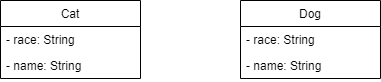
Earlier version of the draw.io export Uppgift2/uppgift2_1/UML_uppgift2_1.png (JonathanLennartson/jonathan_lennartson). Source tidied: cells renumbered, new cells last; positions are measured from the earlier drawing's top-left corner, leaving out a move shared by most shapes. Its diagram source:
```xml
<mxGraphModel>
  <root>
    <mxCell id="0" />
    <mxCell id="1" parent="0" />
    <mxCell id="2" value="Cat" style="swimlane;fontStyle=0;horizontal=1;startSize=26;fillColor=none;" parent="1" vertex="1">
      <mxGeometry width="140" height="78" as="geometry" />
    </mxCell>
    <mxCell id="3" value="- race: String" style="text;strokeColor=none;fillColor=none;align=left;verticalAlign=top;spacingLeft=4;spacingRight=4;overflow=hidden;" parent="2" vertex="1">
      <mxGeometry y="26" width="140" height="26" as="geometry" />
    </mxCell>
    <mxCell id="4" value="- name: String" style="text;strokeColor=none;fillColor=none;align=left;verticalAlign=top;spacingLeft=4;spacingRight=4;overflow=hidden;" parent="2" vertex="1">
      <mxGeometry y="52" width="140" height="26" as="geometry" />
    </mxCell>
    <mxCell id="5" value="Dog" style="swimlane;fontStyle=0;horizontal=1;startSize=26;fillColor=none;" parent="1" vertex="1">
      <mxGeometry x="240" width="140" height="78" as="geometry" />
    </mxCell>
    <mxCell id="6" value="- race: String" style="text;strokeColor=none;fillColor=none;align=left;verticalAlign=top;spacingLeft=4;spacingRight=4;overflow=hidden;" parent="5" vertex="1">
      <mxGeometry y="26" width="140" height="26" as="geometry" />
    </mxCell>
    <mxCell id="7" value="- name: String" style="text;strokeColor=none;fillColor=none;align=left;verticalAlign=top;spacingLeft=4;spacingRight=4;overflow=hidden;" parent="5" vertex="1">
      <mxGeometry y="52" width="140" height="26" as="geometry" />
    </mxCell>
  </root>
</mxGraphModel>
```
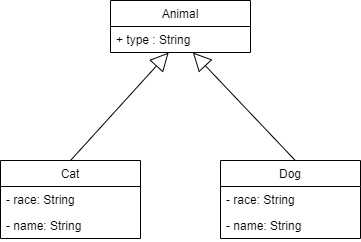
After the change.

The edit, as a diff of the source:
```diff
@@ -3,7 +3,7 @@
     <mxCell id="0" />
     <mxCell id="1" parent="0" />
     <mxCell id="2" value="Cat" style="swimlane;fontStyle=0;horizontal=1;startSize=26;fillColor=none;" parent="1" vertex="1">
-      <mxGeometry width="140" height="78" as="geometry" />
+      <mxGeometry x="30" y="170" width="140" height="78" as="geometry" />
     </mxCell>
     <mxCell id="3" value="- race: String" style="text;strokeColor=none;fillColor=none;align=left;verticalAlign=top;spacingLeft=4;spacingRight=4;overflow=hidden;" parent="2" vertex="1">
       <mxGeometry y="26" width="140" height="26" as="geometry" />
@@ -12,7 +12,7 @@
       <mxGeometry y="52" width="140" height="26" as="geometry" />
     </mxCell>
     <mxCell id="5" value="Dog" style="swimlane;fontStyle=0;horizontal=1;startSize=26;fillColor=none;" parent="1" vertex="1">
-      <mxGeometry x="240" width="140" height="78" as="geometry" />
+      <mxGeometry x="250" y="170" width="140" height="78" as="geometry" />
     </mxCell>
     <mxCell id="6" value="- race: String" style="text;strokeColor=none;fillColor=none;align=left;verticalAlign=top;spacingLeft=4;spacingRight=4;overflow=hidden;" parent="5" vertex="1">
       <mxGeometry y="26" width="140" height="26" as="geometry" />
@@ -20,5 +20,17 @@
     <mxCell id="7" value="- name: String" style="text;strokeColor=none;fillColor=none;align=left;verticalAlign=top;spacingLeft=4;spacingRight=4;overflow=hidden;" parent="5" vertex="1">
       <mxGeometry y="52" width="140" height="26" as="geometry" />
     </mxCell>
+    <mxCell id="8" value="Animal" style="swimlane;fontStyle=0;horizontal=1;startSize=26;fillColor=none;" parent="1" vertex="1">
+      <mxGeometry x="140" y="10" width="140" height="52" as="geometry" />
+    </mxCell>
+    <mxCell id="9" value="+ type : String" style="text;strokeColor=none;fillColor=none;align=left;verticalAlign=top;spacingLeft=4;spacingRight=4;overflow=hidden;points=[[0,0.5],[1,0.5]];portConstraint=eastwest;" parent="8" vertex="1">
+      <mxGeometry y="26" width="140" height="26" as="geometry" />
+    </mxCell>
+    <mxCell id="10" style="endArrow=block;endSize=16;endFill=0;html=1;exitX=0.5;exitY=0;exitDx=0;exitDy=0;" parent="1" edge="1" source="2" target="9">
+      <mxGeometry x="0.12" y="-30" relative="1" as="geometry" />
+    </mxCell>
+    <mxCell id="11" style="endArrow=block;endSize=16;endFill=0;html=1;exitX=0.531;exitY=-0.006;exitDx=0;exitDy=0;exitPerimeter=0;" parent="1" edge="1" source="5" target="9">
+      <mxGeometry x="0.12" y="-30" relative="1" as="geometry" />
+    </mxCell>
   </root>
 </mxGraphModel>
```
